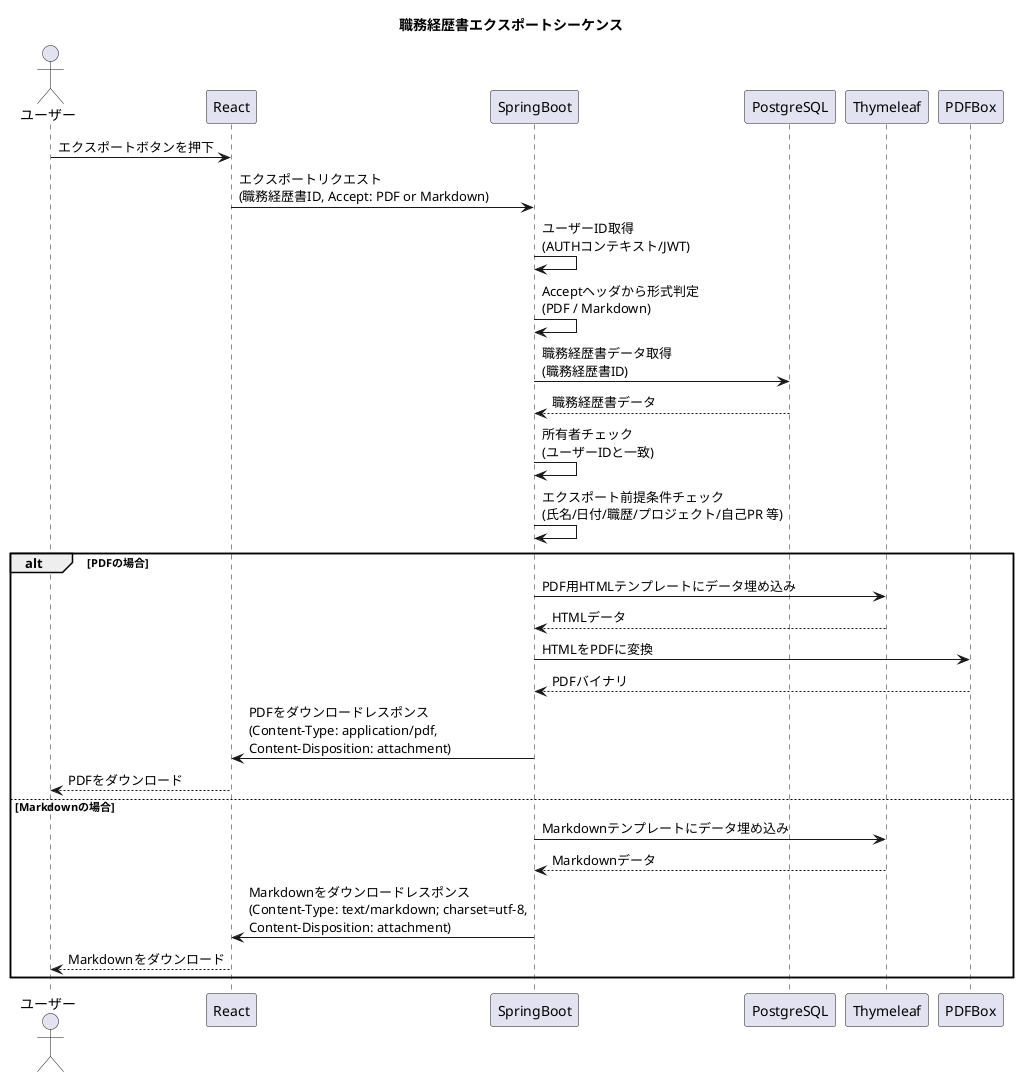
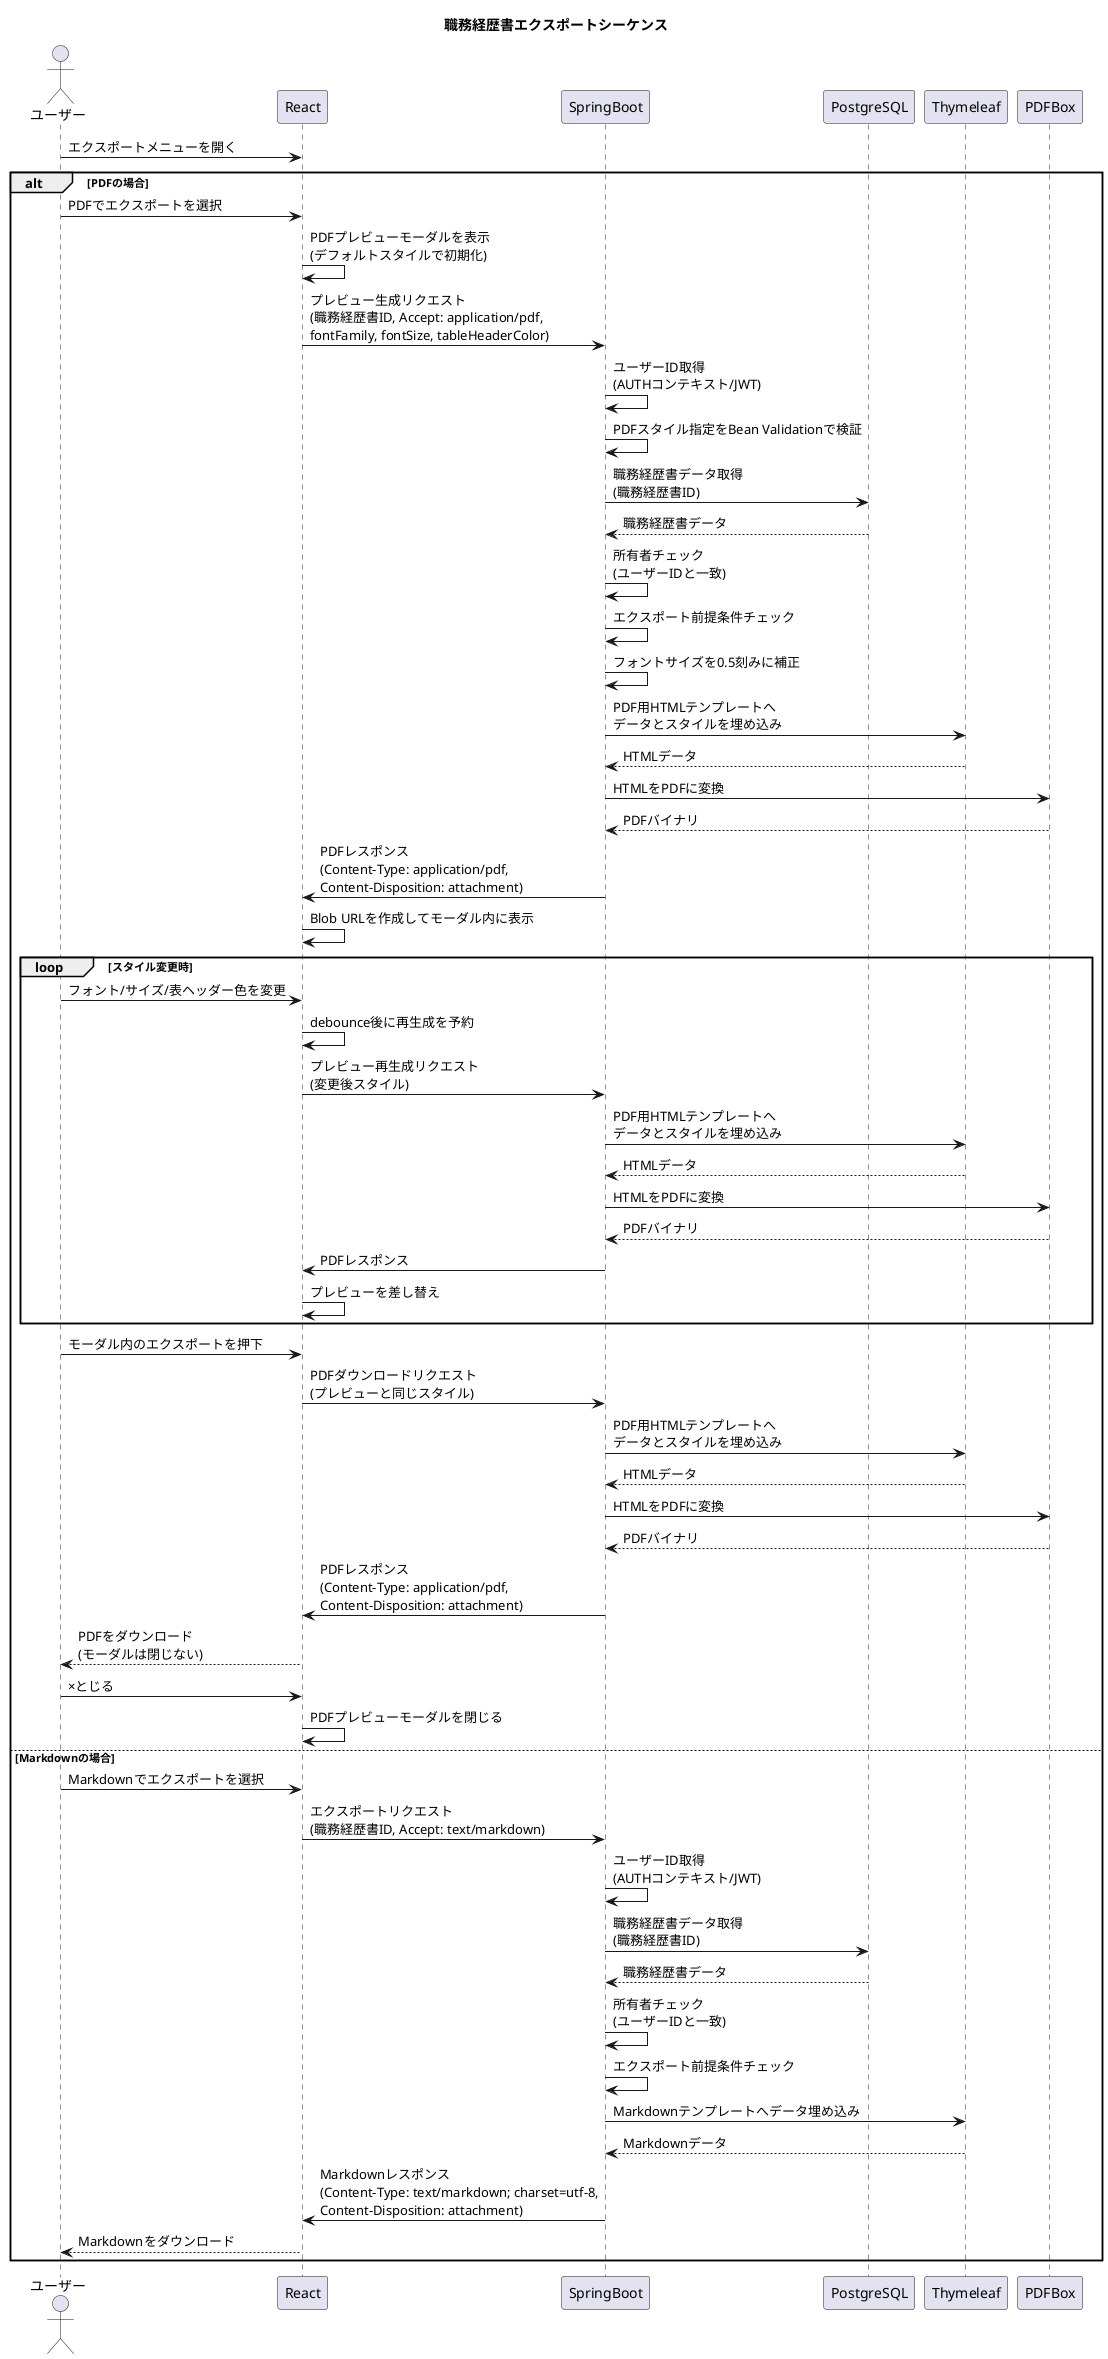
@startuml 職務経歴書エクスポートシーケンス
title 職務経歴書エクスポートシーケンス

actor ユーザー
participant React
participant SpringBoot
participant PostgreSQL
participant Thymeleaf
participant PDFBox as PdfEngine

- ユーザー -> React: エクスポートボタンを押下
- React -> SpringBoot: エクスポートリクエスト\n(職務経歴書ID, Accept: PDF or Markdown)
- 
- SpringBoot -> SpringBoot: ユーザーID取得\n(AUTHコンテキスト/JWT)
- SpringBoot -> SpringBoot: Acceptヘッダから形式判定\n(PDF / Markdown)
- 
- SpringBoot -> PostgreSQL: 職務経歴書データ取得\n(職務経歴書ID)
- PostgreSQL --> SpringBoot: 職務経歴書データ
- 
- SpringBoot -> SpringBoot: 所有者チェック\n(ユーザーIDと一致)
- SpringBoot -> SpringBoot: エクスポート前提条件チェック\n(氏名/日付/職歴/プロジェクト/自己PR 等)
+ ユーザー -> React: エクスポートメニューを開く

alt PDFの場合
-     SpringBoot -> Thymeleaf: PDF用HTMLテンプレートにデータ埋め込み
+     ユーザー -> React: PDFでエクスポートを選択
+     React -> React: PDFプレビューモーダルを表示\n(デフォルトスタイルで初期化)
+     React -> SpringBoot: プレビュー生成リクエスト\n(職務経歴書ID, Accept: application/pdf,\nfontFamily, fontSize, tableHeaderColor)
+ 
+     SpringBoot -> SpringBoot: ユーザーID取得\n(AUTHコンテキスト/JWT)
+     SpringBoot -> SpringBoot: PDFスタイル指定をBean Validationで検証
+     SpringBoot -> PostgreSQL: 職務経歴書データ取得\n(職務経歴書ID)
+     PostgreSQL --> SpringBoot: 職務経歴書データ
+     SpringBoot -> SpringBoot: 所有者チェック\n(ユーザーIDと一致)
+     SpringBoot -> SpringBoot: エクスポート前提条件チェック
+     SpringBoot -> SpringBoot: フォントサイズを0.5刻みに補正
+     SpringBoot -> Thymeleaf: PDF用HTMLテンプレートへ\nデータとスタイルを埋め込み
    Thymeleaf --> SpringBoot: HTMLデータ
    SpringBoot -> PdfEngine: HTMLをPDFに変換
    PdfEngine --> SpringBoot: PDFバイナリ
-     SpringBoot -> React: PDFをダウンロードレスポンス\n(Content-Type: application/pdf,\nContent-Disposition: attachment)
-     React --> ユーザー: PDFをダウンロード
+     SpringBoot -> React: PDFレスポンス\n(Content-Type: application/pdf,\nContent-Disposition: attachment)
+     React -> React: Blob URLを作成してモーダル内に表示
+ 
+     loop スタイル変更時
+         ユーザー -> React: フォント/サイズ/表ヘッダー色を変更
+         React -> React: debounce後に再生成を予約
+         React -> SpringBoot: プレビュー再生成リクエスト\n(変更後スタイル)
+         SpringBoot -> Thymeleaf: PDF用HTMLテンプレートへ\nデータとスタイルを埋め込み
+         Thymeleaf --> SpringBoot: HTMLデータ
+         SpringBoot -> PdfEngine: HTMLをPDFに変換
+         PdfEngine --> SpringBoot: PDFバイナリ
+         SpringBoot -> React: PDFレスポンス
+         React -> React: プレビューを差し替え
+     end
+ 
+     ユーザー -> React: モーダル内のエクスポートを押下
+     React -> SpringBoot: PDFダウンロードリクエスト\n(プレビューと同じスタイル)
+     SpringBoot -> Thymeleaf: PDF用HTMLテンプレートへ\nデータとスタイルを埋め込み
+     Thymeleaf --> SpringBoot: HTMLデータ
+     SpringBoot -> PdfEngine: HTMLをPDFに変換
+     PdfEngine --> SpringBoot: PDFバイナリ
+     SpringBoot -> React: PDFレスポンス\n(Content-Type: application/pdf,\nContent-Disposition: attachment)
+     React --> ユーザー: PDFをダウンロード\n(モーダルは閉じない)
+     ユーザー -> React: ×とじる
+     React -> React: PDFプレビューモーダルを閉じる
else Markdownの場合
-     SpringBoot -> Thymeleaf: Markdownテンプレートにデータ埋め込み
+     ユーザー -> React: Markdownでエクスポートを選択
+     React -> SpringBoot: エクスポートリクエスト\n(職務経歴書ID, Accept: text/markdown)
+     SpringBoot -> SpringBoot: ユーザーID取得\n(AUTHコンテキスト/JWT)
+     SpringBoot -> PostgreSQL: 職務経歴書データ取得\n(職務経歴書ID)
+     PostgreSQL --> SpringBoot: 職務経歴書データ
+     SpringBoot -> SpringBoot: 所有者チェック\n(ユーザーIDと一致)
+     SpringBoot -> SpringBoot: エクスポート前提条件チェック
+     SpringBoot -> Thymeleaf: Markdownテンプレートへデータ埋め込み
    Thymeleaf --> SpringBoot: Markdownデータ
-     SpringBoot -> React: Markdownをダウンロードレスポンス\n(Content-Type: text/markdown; charset=utf-8,\nContent-Disposition: attachment)
+     SpringBoot -> React: Markdownレスポンス\n(Content-Type: text/markdown; charset=utf-8,\nContent-Disposition: attachment)
    React --> ユーザー: Markdownをダウンロード
end

@enduml
